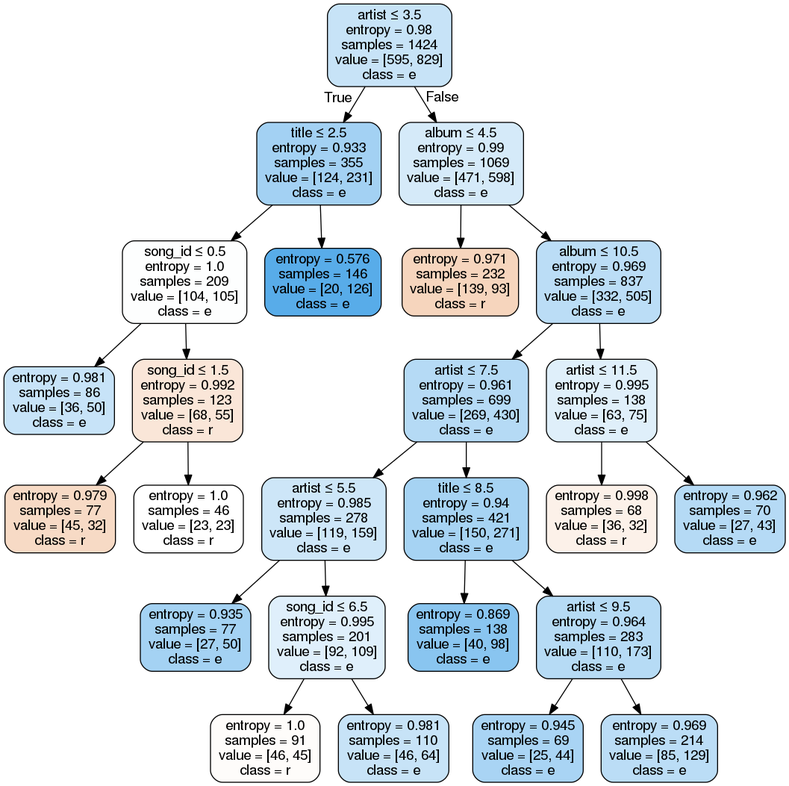
The Graphviz diagram decision-tree.png in DiegoCorrea/Groot, before a commit. Its source is kept beside it as decision-tree.gv.
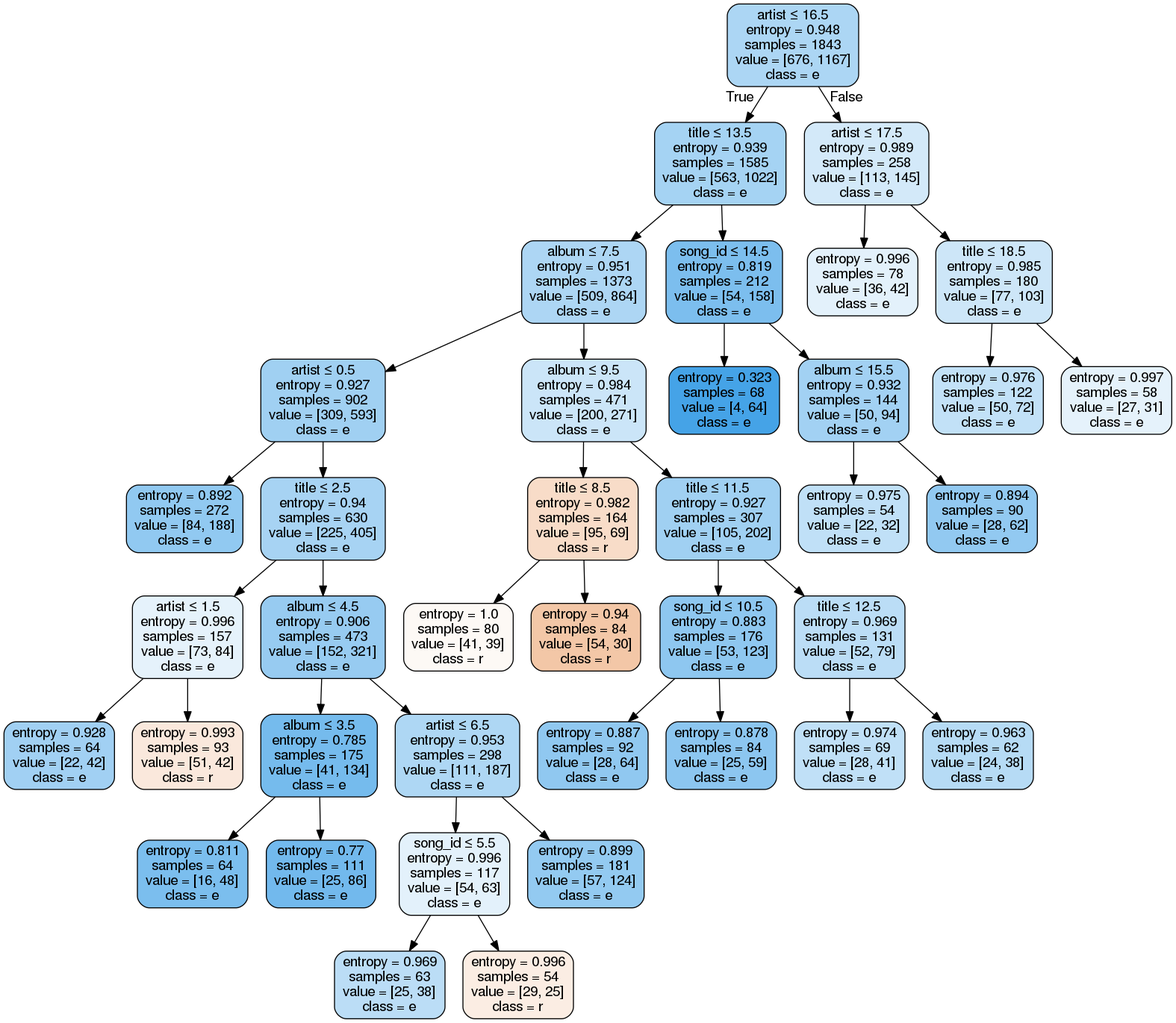
Above is the later version.

Change to the diagram source:
```diff
@@ -1,53 +1,81 @@
 digraph Tree {
 node [shape=box, style="filled, rounded", color="black", fontname=helvetica] ;
 edge [fontname=helvetica] ;
-0 [label=<artist &le; 3.5<br/>entropy = 0.98<br/>samples = 1424<br/>value = [595, 829]<br/>class = e>, fillcolor="#399de548"] ;
-1 [label=<title &le; 2.5<br/>entropy = 0.933<br/>samples = 355<br/>value = [124, 231]<br/>class = e>, fillcolor="#399de576"] ;
+0 [label=<artist &le; 16.5<br/>entropy = 0.948<br/>samples = 1843<br/>value = [676, 1167]<br/>class = e>, fillcolor="#399de56b"] ;
+1 [label=<title &le; 13.5<br/>entropy = 0.939<br/>samples = 1585<br/>value = [563, 1022]<br/>class = e>, fillcolor="#399de573"] ;
 0 -> 1 [labeldistance=2.5, labelangle=45, headlabel="True"] ;
-2 [label=<song_id &le; 0.5<br/>entropy = 1.0<br/>samples = 209<br/>value = [104, 105]<br/>class = e>, fillcolor="#399de502"] ;
+2 [label=<album &le; 7.5<br/>entropy = 0.951<br/>samples = 1373<br/>value = [509, 864]<br/>class = e>, fillcolor="#399de569"] ;
 1 -> 2 ;
-3 [label=<entropy = 0.981<br/>samples = 86<br/>value = [36, 50]<br/>class = e>, fillcolor="#399de547"] ;
+3 [label=<artist &le; 0.5<br/>entropy = 0.927<br/>samples = 902<br/>value = [309, 593]<br/>class = e>, fillcolor="#399de57a"] ;
 2 -> 3 ;
-4 [label=<song_id &le; 1.5<br/>entropy = 0.992<br/>samples = 123<br/>value = [68, 55]<br/>class = r>, fillcolor="#e5813931"] ;
-2 -> 4 ;
-5 [label=<entropy = 0.979<br/>samples = 77<br/>value = [45, 32]<br/>class = r>, fillcolor="#e581394a"] ;
-4 -> 5 ;
-6 [label=<entropy = 1.0<br/>samples = 46<br/>value = [23, 23]<br/>class = r>, fillcolor="#e5813900"] ;
-4 -> 6 ;
-7 [label=<entropy = 0.576<br/>samples = 146<br/>value = [20, 126]<br/>class = e>, fillcolor="#399de5d7"] ;
-1 -> 7 ;
-8 [label=<album &le; 4.5<br/>entropy = 0.99<br/>samples = 1069<br/>value = [471, 598]<br/>class = e>, fillcolor="#399de536"] ;
-0 -> 8 [labeldistance=2.5, labelangle=-45, headlabel="False"] ;
-9 [label=<entropy = 0.971<br/>samples = 232<br/>value = [139, 93]<br/>class = r>, fillcolor="#e5813954"] ;
-8 -> 9 ;
-10 [label=<album &le; 10.5<br/>entropy = 0.969<br/>samples = 837<br/>value = [332, 505]<br/>class = e>, fillcolor="#399de557"] ;
-8 -> 10 ;
-11 [label=<artist &le; 7.5<br/>entropy = 0.961<br/>samples = 699<br/>value = [269, 430]<br/>class = e>, fillcolor="#399de55f"] ;
+4 [label=<entropy = 0.892<br/>samples = 272<br/>value = [84, 188]<br/>class = e>, fillcolor="#399de58d"] ;
+3 -> 4 ;
+5 [label=<title &le; 2.5<br/>entropy = 0.94<br/>samples = 630<br/>value = [225, 405]<br/>class = e>, fillcolor="#399de571"] ;
+3 -> 5 ;
+6 [label=<artist &le; 1.5<br/>entropy = 0.996<br/>samples = 157<br/>value = [73, 84]<br/>class = e>, fillcolor="#399de521"] ;
+5 -> 6 ;
+7 [label=<entropy = 0.928<br/>samples = 64<br/>value = [22, 42]<br/>class = e>, fillcolor="#399de579"] ;
+6 -> 7 ;
+8 [label=<entropy = 0.993<br/>samples = 93<br/>value = [51, 42]<br/>class = r>, fillcolor="#e581392d"] ;
+6 -> 8 ;
+9 [label=<album &le; 4.5<br/>entropy = 0.906<br/>samples = 473<br/>value = [152, 321]<br/>class = e>, fillcolor="#399de586"] ;
+5 -> 9 ;
+10 [label=<album &le; 3.5<br/>entropy = 0.785<br/>samples = 175<br/>value = [41, 134]<br/>class = e>, fillcolor="#399de5b1"] ;
+9 -> 10 ;
+11 [label=<entropy = 0.811<br/>samples = 64<br/>value = [16, 48]<br/>class = e>, fillcolor="#399de5aa"] ;
 10 -> 11 ;
-12 [label=<artist &le; 5.5<br/>entropy = 0.985<br/>samples = 278<br/>value = [119, 159]<br/>class = e>, fillcolor="#399de540"] ;
-11 -> 12 ;
-13 [label=<entropy = 0.935<br/>samples = 77<br/>value = [27, 50]<br/>class = e>, fillcolor="#399de575"] ;
-12 -> 13 ;
-14 [label=<song_id &le; 6.5<br/>entropy = 0.995<br/>samples = 201<br/>value = [92, 109]<br/>class = e>, fillcolor="#399de528"] ;
-12 -> 14 ;
-15 [label=<entropy = 1.0<br/>samples = 91<br/>value = [46, 45]<br/>class = r>, fillcolor="#e5813906"] ;
+12 [label=<entropy = 0.77<br/>samples = 111<br/>value = [25, 86]<br/>class = e>, fillcolor="#399de5b5"] ;
+10 -> 12 ;
+13 [label=<artist &le; 6.5<br/>entropy = 0.953<br/>samples = 298<br/>value = [111, 187]<br/>class = e>, fillcolor="#399de568"] ;
+9 -> 13 ;
+14 [label=<song_id &le; 5.5<br/>entropy = 0.996<br/>samples = 117<br/>value = [54, 63]<br/>class = e>, fillcolor="#399de524"] ;
+13 -> 14 ;
+15 [label=<entropy = 0.969<br/>samples = 63<br/>value = [25, 38]<br/>class = e>, fillcolor="#399de557"] ;
 14 -> 15 ;
-16 [label=<entropy = 0.981<br/>samples = 110<br/>value = [46, 64]<br/>class = e>, fillcolor="#399de548"] ;
+16 [label=<entropy = 0.996<br/>samples = 54<br/>value = [29, 25]<br/>class = r>, fillcolor="#e5813923"] ;
 14 -> 16 ;
-17 [label=<title &le; 8.5<br/>entropy = 0.94<br/>samples = 421<br/>value = [150, 271]<br/>class = e>, fillcolor="#399de572"] ;
-11 -> 17 ;
-18 [label=<entropy = 0.869<br/>samples = 138<br/>value = [40, 98]<br/>class = e>, fillcolor="#399de597"] ;
-17 -> 18 ;
-19 [label=<artist &le; 9.5<br/>entropy = 0.964<br/>samples = 283<br/>value = [110, 173]<br/>class = e>, fillcolor="#399de55d"] ;
-17 -> 19 ;
-20 [label=<entropy = 0.945<br/>samples = 69<br/>value = [25, 44]<br/>class = e>, fillcolor="#399de56e"] ;
+17 [label=<entropy = 0.899<br/>samples = 181<br/>value = [57, 124]<br/>class = e>, fillcolor="#399de58a"] ;
+13 -> 17 ;
+18 [label=<album &le; 9.5<br/>entropy = 0.984<br/>samples = 471<br/>value = [200, 271]<br/>class = e>, fillcolor="#399de543"] ;
+2 -> 18 ;
+19 [label=<title &le; 8.5<br/>entropy = 0.982<br/>samples = 164<br/>value = [95, 69]<br/>class = r>, fillcolor="#e5813946"] ;
+18 -> 19 ;
+20 [label=<entropy = 1.0<br/>samples = 80<br/>value = [41, 39]<br/>class = r>, fillcolor="#e581390c"] ;
 19 -> 20 ;
-21 [label=<entropy = 0.969<br/>samples = 214<br/>value = [85, 129]<br/>class = e>, fillcolor="#399de557"] ;
+21 [label=<entropy = 0.94<br/>samples = 84<br/>value = [54, 30]<br/>class = r>, fillcolor="#e5813971"] ;
 19 -> 21 ;
-22 [label=<artist &le; 11.5<br/>entropy = 0.995<br/>samples = 138<br/>value = [63, 75]<br/>class = e>, fillcolor="#399de529"] ;
-10 -> 22 ;
-23 [label=<entropy = 0.998<br/>samples = 68<br/>value = [36, 32]<br/>class = r>, fillcolor="#e581391c"] ;
+22 [label=<title &le; 11.5<br/>entropy = 0.927<br/>samples = 307<br/>value = [105, 202]<br/>class = e>, fillcolor="#399de57a"] ;
+18 -> 22 ;
+23 [label=<song_id &le; 10.5<br/>entropy = 0.883<br/>samples = 176<br/>value = [53, 123]<br/>class = e>, fillcolor="#399de591"] ;
 22 -> 23 ;
-24 [label=<entropy = 0.962<br/>samples = 70<br/>value = [27, 43]<br/>class = e>, fillcolor="#399de55f"] ;
-22 -> 24 ;
+24 [label=<entropy = 0.887<br/>samples = 92<br/>value = [28, 64]<br/>class = e>, fillcolor="#399de58f"] ;
+23 -> 24 ;
+25 [label=<entropy = 0.878<br/>samples = 84<br/>value = [25, 59]<br/>class = e>, fillcolor="#399de593"] ;
+23 -> 25 ;
+26 [label=<title &le; 12.5<br/>entropy = 0.969<br/>samples = 131<br/>value = [52, 79]<br/>class = e>, fillcolor="#399de557"] ;
+22 -> 26 ;
+27 [label=<entropy = 0.974<br/>samples = 69<br/>value = [28, 41]<br/>class = e>, fillcolor="#399de551"] ;
+26 -> 27 ;
+28 [label=<entropy = 0.963<br/>samples = 62<br/>value = [24, 38]<br/>class = e>, fillcolor="#399de55e"] ;
+26 -> 28 ;
+29 [label=<song_id &le; 14.5<br/>entropy = 0.819<br/>samples = 212<br/>value = [54, 158]<br/>class = e>, fillcolor="#399de5a8"] ;
+1 -> 29 ;
+30 [label=<entropy = 0.323<br/>samples = 68<br/>value = [4, 64]<br/>class = e>, fillcolor="#399de5ef"] ;
+29 -> 30 ;
+31 [label=<album &le; 15.5<br/>entropy = 0.932<br/>samples = 144<br/>value = [50, 94]<br/>class = e>, fillcolor="#399de577"] ;
+29 -> 31 ;
+32 [label=<entropy = 0.975<br/>samples = 54<br/>value = [22, 32]<br/>class = e>, fillcolor="#399de550"] ;
+31 -> 32 ;
+33 [label=<entropy = 0.894<br/>samples = 90<br/>value = [28, 62]<br/>class = e>, fillcolor="#399de58c"] ;
+31 -> 33 ;
+34 [label=<artist &le; 17.5<br/>entropy = 0.989<br/>samples = 258<br/>value = [113, 145]<br/>class = e>, fillcolor="#399de538"] ;
+0 -> 34 [labeldistance=2.5, labelangle=-45, headlabel="False"] ;
+35 [label=<entropy = 0.996<br/>samples = 78<br/>value = [36, 42]<br/>class = e>, fillcolor="#399de524"] ;
+34 -> 35 ;
+36 [label=<title &le; 18.5<br/>entropy = 0.985<br/>samples = 180<br/>value = [77, 103]<br/>class = e>, fillcolor="#399de540"] ;
+34 -> 36 ;
+37 [label=<entropy = 0.976<br/>samples = 122<br/>value = [50, 72]<br/>class = e>, fillcolor="#399de54e"] ;
+36 -> 37 ;
+38 [label=<entropy = 0.997<br/>samples = 58<br/>value = [27, 31]<br/>class = e>, fillcolor="#399de521"] ;
+36 -> 38 ;
 }
```
